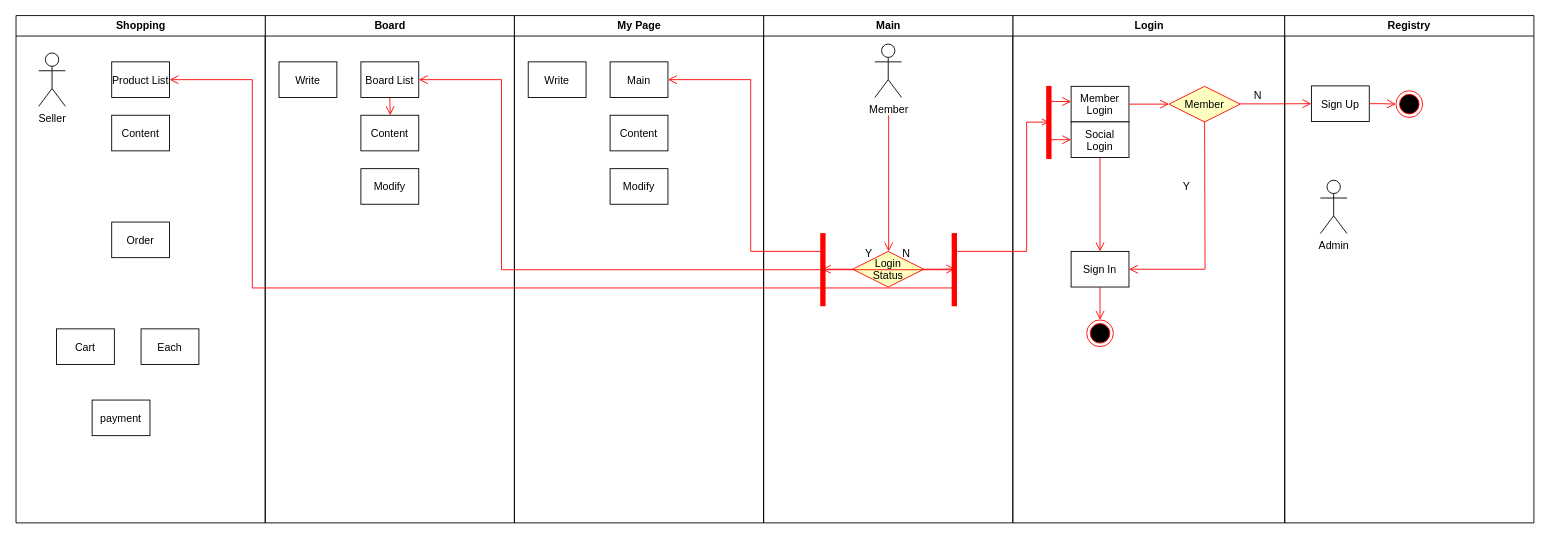
The draw.io diagram DBWebDev/UML.drawio in roqhdehd502/WebDev, before the edit. Source tidied: cells renumbered, new cells numbered last; positions are measured from the earlier drawing's top-left corner, leaving out a move shared by most shapes. Both pictures are drawn from the tidied source at 89%, with x=0, y=0 at pixel (15, 15).
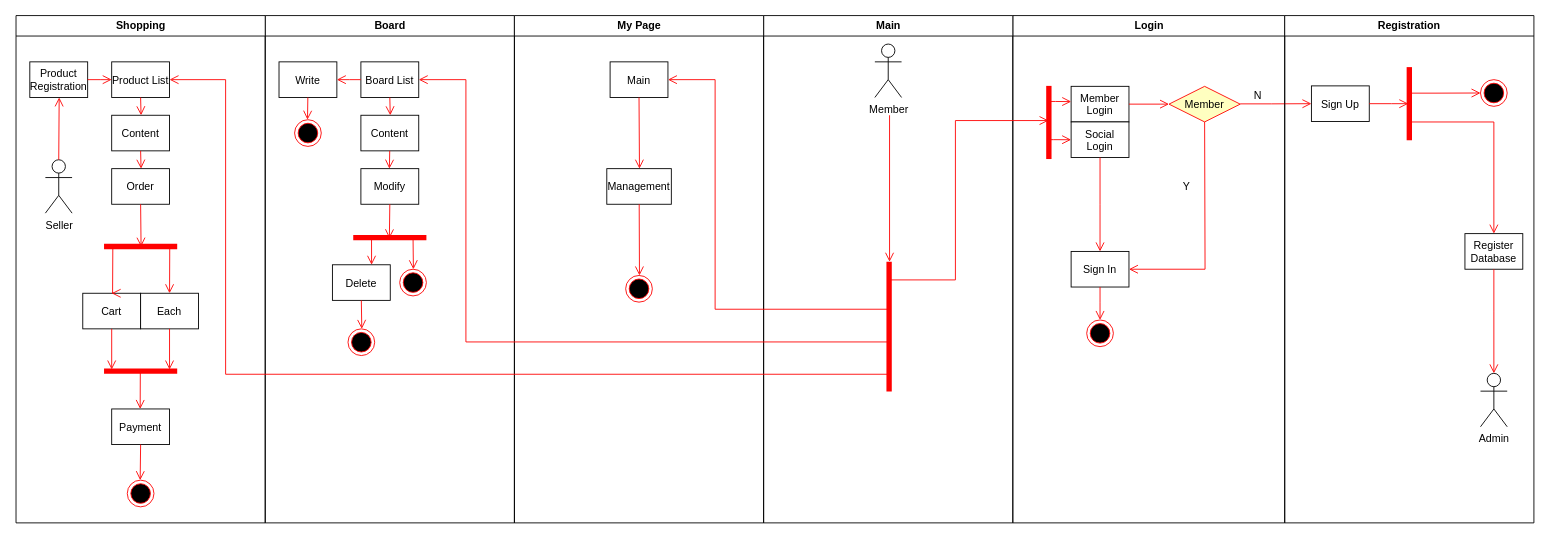
Above is the later version.

Unchanged cells that the change refers to:
```xml
<mxCell id="4" style="shape=line;strokeWidth=6;strokeColor=#ff0000;rotation=90;" parent="2" vertex="1">
  <mxGeometry x="-0.6" y="112.6" width="82.2" height="15" as="geometry" />
</mxCell>
<mxCell id="19" value="Sign Up" parent="18" vertex="1">
  <mxGeometry x="30" y="79" width="65" height="40" as="geometry" />
</mxCell>
<mxCell id="23" value="Main" style="swimlane;whiteSpace=wrap;" parent="1" vertex="1">
  <mxGeometry x="840.5" width="280" height="570" as="geometry" />
</mxCell>
<mxCell id="33" value="Board" style="swimlane;whiteSpace=wrap;startSize=23;" parent="1" vertex="1">
  <mxGeometry x="280.5" width="280" height="570" as="geometry" />
</mxCell>
<mxCell id="34" value="Board List" parent="33" vertex="1">
  <mxGeometry x="107.5" y="52" width="65" height="40" as="geometry" />
</mxCell>
<mxCell id="36" value="Write" parent="33" vertex="1">
  <mxGeometry x="15.5" y="52" width="65" height="40" as="geometry" />
</mxCell>
<mxCell id="37" value="Modify" parent="33" vertex="1">
  <mxGeometry x="107.5" y="172" width="65" height="40" as="geometry" />
</mxCell>
<mxCell id="39" value="Shopping" style="swimlane;whiteSpace=wrap;startSize=23;" parent="1" vertex="1">
  <mxGeometry x="0.5" width="280" height="570" as="geometry" />
</mxCell>
<mxCell id="40" value="Product List" parent="39" vertex="1">
  <mxGeometry x="107.5" y="52" width="65" height="40" as="geometry" />
</mxCell>
<mxCell id="41" value="Content" parent="39" vertex="1">
  <mxGeometry x="107.5" y="112" width="65" height="40" as="geometry" />
</mxCell>
<mxCell id="48" value="My Page" style="swimlane;whiteSpace=wrap;startSize=23;" parent="1" vertex="1">
  <mxGeometry x="560.5" width="280" height="570" as="geometry" />
</mxCell>
<mxCell id="49" value="Main" parent="48" vertex="1">
  <mxGeometry x="107.5" y="52" width="65" height="40" as="geometry" />
</mxCell>
```

The edit, as a diff of the source:
```diff
@@
-    <mxCell id="18" value="Registry" style="swimlane;whiteSpace=wrap;" parent="1" vertex="1">
+    <mxCell id="18" value="Registration" style="swimlane;whiteSpace=wrap;" parent="1" vertex="1">
       <mxGeometry x="1426" width="280" height="570" as="geometry" />
     </mxCell>
@@
     <mxCell id="20" style="ellipse;shape=endState;fillColor=#000000;strokeColor=#ff0000;" parent="18" vertex="1">
-      <mxGeometry x="125" y="84.5" width="30" height="30" as="geometry" />
+      <mxGeometry x="220" y="72" width="30" height="30" as="geometry" />
     </mxCell>
-    <mxCell id="21" style="edgeStyle=elbowEdgeStyle;elbow=horizontal;verticalAlign=bottom;endArrow=open;endSize=8;strokeColor=#FF0000;endFill=1;rounded=0;entryX=0;entryY=0.5;entryDx=0;entryDy=0;exitX=1;exitY=0.5;exitDx=0;exitDy=0;" parent="18" edge="1" source="19" target="20">
+    <mxCell id="21" style="edgeStyle=elbowEdgeStyle;elbow=horizontal;verticalAlign=bottom;endArrow=open;endSize=8;strokeColor=#FF0000;endFill=1;rounded=0;entryX=0;entryY=0.5;entryDx=0;entryDy=0;exitX=0.356;exitY=0.548;exitDx=0;exitDy=0;exitPerimeter=0;" parent="18" edge="1" source="57" target="20">
       <mxGeometry x="-583" y="-560.3" as="geometry">
         <Array as="points">
-          <mxPoint x="110" y="100" />
+          <mxPoint x="170" y="72" />
         </Array>
       </mxGeometry>
     </mxCell>
     <mxCell id="22" value="Admin" style="shape=umlActor;verticalLabelPosition=bottom;verticalAlign=top;html=1;outlineConnect=0;" parent="18" vertex="1">
-      <mxGeometry x="40" y="185" width="30" height="60" as="geometry" />
+      <mxGeometry x="220" y="402" width="30" height="60" as="geometry" />
     </mxCell>
+    <mxCell id="56" style="edgeStyle=elbowEdgeStyle;elbow=horizontal;verticalAlign=bottom;endArrow=open;endSize=8;strokeColor=#FF0000;endFill=1;rounded=0;entryX=0.5;entryY=0;entryDx=0;entryDy=0;exitX=0.75;exitY=0.5;exitDx=0;exitDy=0;exitPerimeter=0;" parent="18" edge="1" source="57" target="59">
+      <mxGeometry x="-698" y="-550" as="geometry">
+        <Array as="points">
+          <mxPoint x="235" y="142" />
+        </Array>
+      </mxGeometry>
+    </mxCell>
+    <mxCell id="57" style="shape=line;strokeWidth=6;strokeColor=#ff0000;rotation=90;" parent="18" vertex="1">
+      <mxGeometry x="98.9" y="91.5" width="82.2" height="15" as="geometry" />
+    </mxCell>
+    <mxCell id="58" style="edgeStyle=elbowEdgeStyle;elbow=horizontal;verticalAlign=bottom;endArrow=open;endSize=8;strokeColor=#FF0000;endFill=1;rounded=0;entryX=0.5;entryY=0.576;entryDx=0;entryDy=0;entryPerimeter=0;exitX=1;exitY=0.5;exitDx=0;exitDy=0;" parent="18" edge="1" source="19" target="57">
+      <mxGeometry x="-583" y="-560.3" as="geometry">
+        <Array as="points">
+          <mxPoint x="120" y="100" />
+        </Array>
+      </mxGeometry>
+    </mxCell>
+    <mxCell id="59" value="Register&#10;Database" parent="18" vertex="1">
+      <mxGeometry x="202.5" y="245" width="65" height="40" as="geometry" />
+    </mxCell>
+    <mxCell id="60" style="edgeStyle=elbowEdgeStyle;elbow=horizontal;verticalAlign=bottom;endArrow=open;endSize=8;strokeColor=#FF0000;endFill=1;rounded=0;entryX=0.5;entryY=0;entryDx=0;entryDy=0;exitX=0.5;exitY=1;exitDx=0;exitDy=0;entryPerimeter=0;" parent="18" edge="1" source="59" target="22">
+      <mxGeometry x="-1158" y="-668" as="geometry">
+        <Array as="points">
+          <mxPoint x="235" y="332" />
+        </Array>
+      </mxGeometry>
+    </mxCell>
@@
-    <mxCell id="25" style="edgeStyle=elbowEdgeStyle;elbow=horizontal;verticalAlign=bottom;endArrow=open;endSize=8;strokeColor=#FF0000;endFill=1;rounded=0;entryX=0.5;entryY=0;entryDx=0;entryDy=0;" parent="23" edge="1" target="26">
-      <mxGeometry x="225.5" y="-78" as="geometry">
-        <mxPoint x="140.5" y="112" as="sourcePoint" />
-      </mxGeometry>
-    </mxCell>
-    <mxCell id="26" value="Login&#10;Status" style="rhombus;fillColor=#ffffc0;strokeColor=#ff0000;" parent="23" vertex="1">
-      <mxGeometry x="100" y="265" width="80" height="40" as="geometry" />
-    </mxCell>
-    <mxCell id="27" value="N" style="text;html=1;strokeColor=none;fillColor=none;align=center;verticalAlign=middle;whiteSpace=wrap;rounded=0;" parent="23" vertex="1">
-      <mxGeometry x="140" y="258" width="40" height="20" as="geometry" />
-    </mxCell>
-    <mxCell id="28" value="Y" style="text;html=1;strokeColor=none;fillColor=none;align=center;verticalAlign=middle;whiteSpace=wrap;rounded=0;" parent="23" vertex="1">
-      <mxGeometry x="98.9" y="258" width="40" height="20" as="geometry" />
-    </mxCell>
-    <mxCell id="29" style="shape=line;strokeWidth=6;strokeColor=#ff0000;rotation=-90;" parent="23" vertex="1">
-      <mxGeometry x="25.5" y="278" width="82.2" height="15" as="geometry" />
-    </mxCell>
-    <mxCell id="30" style="shape=line;strokeWidth=6;strokeColor=#ff0000;rotation=-90;" parent="23" vertex="1">
-      <mxGeometry x="173.2" y="278" width="82.2" height="15" as="geometry" />
-    </mxCell>
-    <mxCell id="31" style="edgeStyle=elbowEdgeStyle;elbow=horizontal;verticalAlign=bottom;endArrow=open;endSize=8;strokeColor=#FF0000;endFill=1;rounded=0;exitX=1;exitY=0.5;exitDx=0;exitDy=0;entryX=0.511;entryY=0.571;entryDx=0;entryDy=0;entryPerimeter=0;" parent="23" edge="1" source="26" target="30">
-      <mxGeometry x="351" y="-196" as="geometry" />
-    </mxCell>
-    <mxCell id="32" style="edgeStyle=elbowEdgeStyle;elbow=horizontal;verticalAlign=bottom;endArrow=open;endSize=8;strokeColor=#FF0000;endFill=1;rounded=0;exitX=0;exitY=0.5;exitDx=0;exitDy=0;entryX=0.506;entryY=0.425;entryDx=0;entryDy=0;entryPerimeter=0;" parent="23" edge="1" source="26" target="29">
-      <mxGeometry x="476.5" y="-314" as="geometry" />
-    </mxCell>
+    <mxCell id="61" style="shape=line;strokeWidth=6;strokeColor=#ff0000;rotation=90;" parent="23" vertex="1">
+      <mxGeometry x="68.1" y="342" width="145.8" height="15" as="geometry" />
+    </mxCell>
@@
+    <mxCell id="62" style="edgeStyle=elbowEdgeStyle;elbow=horizontal;verticalAlign=bottom;endArrow=open;endSize=8;strokeColor=#FF0000;endFill=1;rounded=0;entryX=0.5;entryY=0;entryDx=0;entryDy=0;exitX=0.5;exitY=1;exitDx=0;exitDy=0;" parent="33" edge="1" target="65">
+      <mxGeometry x="1494.4" y="-324" as="geometry">
+        <mxPoint x="47.9" y="92" as="sourcePoint" />
+      </mxGeometry>
+    </mxCell>
+    <mxCell id="63" style="edgeStyle=elbowEdgeStyle;elbow=horizontal;verticalAlign=bottom;endArrow=open;endSize=8;strokeColor=#FF0000;endFill=1;rounded=0;entryX=0.5;entryY=0;entryDx=0;entryDy=0;exitX=0.5;exitY=1;exitDx=0;exitDy=0;" parent="33" edge="1">
+      <mxGeometry x="2261.9" y="-392" as="geometry">
+        <mxPoint x="139.9" y="152" as="sourcePoint" />
+        <mxPoint x="139.9" y="172" as="targetPoint" />
+      </mxGeometry>
+    </mxCell>
+    <mxCell id="64" style="ellipse;shape=endState;fillColor=#000000;strokeColor=#ff0000;" parent="33" vertex="1">
+      <mxGeometry x="151.1" y="285" width="30" height="30" as="geometry" />
+    </mxCell>
+    <mxCell id="65" style="ellipse;shape=endState;fillColor=#000000;strokeColor=#ff0000;" parent="33" vertex="1">
+      <mxGeometry x="33" y="117" width="30" height="30" as="geometry" />
+    </mxCell>
+    <mxCell id="66" style="edgeStyle=elbowEdgeStyle;elbow=horizontal;verticalAlign=bottom;endArrow=open;endSize=8;strokeColor=#FF0000;endFill=1;rounded=0;entryX=1;entryY=0.5;entryDx=0;entryDy=0;exitX=0;exitY=0.5;exitDx=0;exitDy=0;" parent="33" edge="1" source="34" target="36">
+      <mxGeometry x="1596.5" y="-314" as="geometry" />
+    </mxCell>
+    <mxCell id="67" style="shape=line;strokeWidth=6;strokeColor=#ff0000;rotation=-180;" parent="33" vertex="1">
+      <mxGeometry x="98.9" y="242" width="82.2" height="15" as="geometry" />
+    </mxCell>
+    <mxCell id="68" style="edgeStyle=elbowEdgeStyle;elbow=horizontal;verticalAlign=bottom;endArrow=open;endSize=8;strokeColor=#FF0000;endFill=1;rounded=0;entryX=0.504;entryY=0.45;entryDx=0;entryDy=0;exitX=0.5;exitY=1;exitDx=0;exitDy=0;entryPerimeter=0;" parent="33" edge="1" source="37" target="67">
+      <mxGeometry x="2937.4" y="-450" as="geometry" />
+    </mxCell>
+    <mxCell id="69" value="Delete" parent="33" vertex="1">
+      <mxGeometry x="75.5" y="280" width="65" height="40" as="geometry" />
+    </mxCell>
+    <mxCell id="70" style="edgeStyle=elbowEdgeStyle;elbow=horizontal;verticalAlign=bottom;endArrow=open;endSize=8;strokeColor=#FF0000;endFill=1;rounded=0;exitX=0.75;exitY=0.5;exitDx=0;exitDy=0;exitPerimeter=0;" parent="33" edge="1" source="67" target="69">
+      <mxGeometry x="3588.7" y="-533" as="geometry" />
+    </mxCell>
+    <mxCell id="71" style="edgeStyle=elbowEdgeStyle;elbow=horizontal;verticalAlign=bottom;endArrow=open;endSize=8;strokeColor=#FF0000;endFill=1;rounded=0;exitX=0.75;exitY=0.5;exitDx=0;exitDy=0;exitPerimeter=0;entryX=0.5;entryY=0;entryDx=0;entryDy=0;" parent="33" edge="1" target="64">
+      <mxGeometry x="4310.8" y="-661" as="geometry">
+        <mxPoint x="166.1" y="249.5" as="sourcePoint" />
+      </mxGeometry>
+    </mxCell>
+    <mxCell id="72" style="ellipse;shape=endState;fillColor=#000000;strokeColor=#ff0000;" parent="33" vertex="1">
+      <mxGeometry x="93" y="352" width="30" height="30" as="geometry" />
+    </mxCell>
+    <mxCell id="73" style="edgeStyle=elbowEdgeStyle;elbow=horizontal;verticalAlign=bottom;endArrow=open;endSize=8;strokeColor=#FF0000;endFill=1;rounded=0;exitX=0.5;exitY=1;exitDx=0;exitDy=0;entryX=0.5;entryY=0;entryDx=0;entryDy=0;" parent="33" edge="1" source="69" target="72">
+      <mxGeometry x="4965.8" y="-692" as="geometry" />
+    </mxCell>
@@
     <mxCell id="42" value="Order" parent="39" vertex="1">
-      <mxGeometry x="107.5" y="232" width="65" height="40" as="geometry" />
+      <mxGeometry x="107.5" y="172" width="65" height="40" as="geometry" />
     </mxCell>
     <mxCell id="43" value="Cart" parent="39" vertex="1">
-      <mxGeometry x="45.5" y="352" width="65" height="40" as="geometry" />
+      <mxGeometry x="75" y="312" width="65" height="40" as="geometry" />
     </mxCell>
     <mxCell id="44" value="Each" parent="39" vertex="1">
-      <mxGeometry x="140.5" y="352" width="65" height="40" as="geometry" />
+      <mxGeometry x="140" y="312" width="65" height="40" as="geometry" />
     </mxCell>
-    <mxCell id="45" value="payment" parent="39" vertex="1">
-      <mxGeometry x="85.5" y="432" width="65" height="40" as="geometry" />
+    <mxCell id="45" value="Payment" parent="39" vertex="1">
+      <mxGeometry x="107.5" y="442" width="65" height="40" as="geometry" />
     </mxCell>
     <mxCell id="46" value="Seller" style="shape=umlActor;verticalLabelPosition=bottom;verticalAlign=top;html=1;outlineConnect=0;" parent="39" vertex="1">
-      <mxGeometry x="25.5" y="42" width="30" height="60" as="geometry" />
+      <mxGeometry x="33" y="162" width="30" height="60" as="geometry" />
     </mxCell>
-    <mxCell id="47" style="edgeStyle=elbowEdgeStyle;elbow=horizontal;strokeColor=#FF0000;endArrow=open;endFill=1;rounded=0;entryX=0.495;entryY=0.482;entryDx=0;entryDy=0;entryPerimeter=0;exitX=0.75;exitY=0.5;exitDx=0;exitDy=0;exitPerimeter=0;" parent="1" edge="1" source="30" target="4">
-      <mxGeometry relative="1" as="geometry">
-        <Array as="points">
-          <mxPoint x="1136" y="192" />
-        </Array>
-      </mxGeometry>
-    </mxCell>
+    <mxCell id="74" value="Product&#10;Registration" parent="39" vertex="1">
+      <mxGeometry x="15.5" y="52" width="65" height="40" as="geometry" />
+    </mxCell>
+    <mxCell id="75" style="edgeStyle=elbowEdgeStyle;elbow=horizontal;verticalAlign=bottom;endArrow=open;endSize=8;strokeColor=#FF0000;endFill=1;rounded=0;entryX=0.5;entryY=1;entryDx=0;entryDy=0;exitX=0.5;exitY=0;exitDx=0;exitDy=0;exitPerimeter=0;" parent="39" edge="1" source="46" target="74">
+      <mxGeometry x="1876.5" y="-314" as="geometry" />
+    </mxCell>
+    <mxCell id="76" style="edgeStyle=elbowEdgeStyle;elbow=horizontal;verticalAlign=bottom;endArrow=open;endSize=8;strokeColor=#FF0000;endFill=1;rounded=0;entryX=0;entryY=0.5;entryDx=0;entryDy=0;exitX=1;exitY=0.5;exitDx=0;exitDy=0;" parent="39" edge="1" source="74" target="40">
+      <mxGeometry x="2842" y="-432" as="geometry" />
+    </mxCell>
+    <mxCell id="77" style="edgeStyle=elbowEdgeStyle;elbow=horizontal;verticalAlign=bottom;endArrow=open;endSize=8;strokeColor=#FF0000;endFill=1;rounded=0;entryX=0.5;entryY=0;entryDx=0;entryDy=0;exitX=0.5;exitY=1;exitDx=0;exitDy=0;" parent="39" edge="1" source="40" target="41">
+      <mxGeometry x="1876.5" y="-314" as="geometry" />
+    </mxCell>
+    <mxCell id="78" style="edgeStyle=elbowEdgeStyle;elbow=horizontal;verticalAlign=bottom;endArrow=open;endSize=8;strokeColor=#FF0000;endFill=1;rounded=0;entryX=0.5;entryY=0;entryDx=0;entryDy=0;exitX=0.5;exitY=1;exitDx=0;exitDy=0;" parent="39" edge="1" source="41" target="42">
+      <mxGeometry x="2842" y="-432" as="geometry" />
+    </mxCell>
+    <mxCell id="79" style="shape=line;strokeWidth=6;strokeColor=#ff0000;rotation=-180;" parent="39" vertex="1">
+      <mxGeometry x="98.9" y="252" width="82.2" height="15" as="geometry" />
+    </mxCell>
+    <mxCell id="80" style="edgeStyle=elbowEdgeStyle;elbow=horizontal;verticalAlign=bottom;endArrow=open;endSize=8;strokeColor=#FF0000;endFill=1;rounded=0;entryX=0.497;entryY=0.491;entryDx=0;entryDy=0;exitX=0.5;exitY=1;exitDx=0;exitDy=0;entryPerimeter=0;" parent="39" edge="1" source="42" target="79">
+      <mxGeometry x="2842" y="-432" as="geometry" />
+    </mxCell>
+    <mxCell id="81" style="edgeStyle=elbowEdgeStyle;elbow=horizontal;verticalAlign=bottom;endArrow=open;endSize=8;strokeColor=#FF0000;endFill=1;rounded=0;entryX=0.5;entryY=0;entryDx=0;entryDy=0;exitX=0.88;exitY=0.442;exitDx=0;exitDy=0;exitPerimeter=0;" parent="39" edge="1" source="79" target="43">
+      <mxGeometry x="3807.5" y="-550" as="geometry" />
+    </mxCell>
+    <mxCell id="82" style="edgeStyle=elbowEdgeStyle;elbow=horizontal;verticalAlign=bottom;endArrow=open;endSize=8;strokeColor=#FF0000;endFill=1;rounded=0;entryX=0.5;entryY=0;entryDx=0;entryDy=0;exitX=0.102;exitY=0.392;exitDx=0;exitDy=0;exitPerimeter=0;" parent="39" edge="1" source="79" target="44">
+      <mxGeometry x="4841" y="-686.4" as="geometry" />
+    </mxCell>
+    <mxCell id="83" style="shape=line;strokeWidth=6;strokeColor=#ff0000;rotation=-180;" parent="39" vertex="1">
+      <mxGeometry x="98.9" y="392" width="82.2" height="15" as="geometry" />
+    </mxCell>
+    <mxCell id="84" style="edgeStyle=elbowEdgeStyle;elbow=horizontal;verticalAlign=bottom;endArrow=open;endSize=8;strokeColor=#FF0000;endFill=1;rounded=0;exitX=0.5;exitY=1;exitDx=0;exitDy=0;entryX=0.892;entryY=0.623;entryDx=0;entryDy=0;entryPerimeter=0;" parent="39" edge="1" source="43" target="83">
+      <mxGeometry x="4763" y="-576.4" as="geometry" />
+    </mxCell>
+    <mxCell id="85" style="edgeStyle=elbowEdgeStyle;elbow=horizontal;verticalAlign=bottom;endArrow=open;endSize=8;strokeColor=#FF0000;endFill=1;rounded=0;exitX=0.5;exitY=1;exitDx=0;exitDy=0;entryX=0.892;entryY=0.623;entryDx=0;entryDy=0;entryPerimeter=0;" parent="39" edge="1">
+      <mxGeometry x="5783.5" y="-704.4" as="geometry">
+        <mxPoint x="172.5" y="352" as="sourcePoint" />
+        <mxPoint x="172.8" y="397.7" as="targetPoint" />
+      </mxGeometry>
+    </mxCell>
+    <mxCell id="86" style="edgeStyle=elbowEdgeStyle;elbow=horizontal;verticalAlign=bottom;endArrow=open;endSize=8;strokeColor=#FF0000;endFill=1;rounded=0;exitX=0.504;exitY=0.501;exitDx=0;exitDy=0;exitPerimeter=0;" parent="39" edge="1" source="83">
+      <mxGeometry x="5763.9" y="-668.5" as="geometry">
+        <mxPoint x="139.5" y="442" as="targetPoint" />
+      </mxGeometry>
+    </mxCell>
+    <mxCell id="87" style="ellipse;shape=endState;fillColor=#000000;strokeColor=#ff0000;" parent="39" vertex="1">
+      <mxGeometry x="125" y="522" width="30" height="30" as="geometry" />
+    </mxCell>
+    <mxCell id="88" style="edgeStyle=elbowEdgeStyle;elbow=horizontal;verticalAlign=bottom;endArrow=open;endSize=8;strokeColor=#FF0000;endFill=1;rounded=0;exitX=0.5;exitY=1;exitDx=0;exitDy=0;" parent="39" edge="1" source="45">
+      <mxGeometry x="6719.4" y="-704" as="geometry">
+        <mxPoint x="139.5" y="522" as="targetPoint" />
+      </mxGeometry>
+    </mxCell>
@@
-    <mxCell id="50" value="Content" parent="48" vertex="1">
-      <mxGeometry x="107.5" y="112" width="65" height="40" as="geometry" />
+    <mxCell id="50" value="Management" parent="48" vertex="1">
+      <mxGeometry x="103.8" y="172" width="72.5" height="40" as="geometry" />
     </mxCell>
-    <mxCell id="51" value="Write" parent="48" vertex="1">
-      <mxGeometry x="15.5" y="52" width="65" height="40" as="geometry" />
-    </mxCell>
-    <mxCell id="52" value="Modify" parent="48" vertex="1">
-      <mxGeometry x="107.5" y="172" width="65" height="40" as="geometry" />
-    </mxCell>
-    <mxCell id="53" style="edgeStyle=elbowEdgeStyle;elbow=horizontal;verticalAlign=bottom;endArrow=open;endSize=8;strokeColor=#FF0000;endFill=1;rounded=0;entryX=1;entryY=0.5;entryDx=0;entryDy=0;exitX=0.75;exitY=0.5;exitDx=0;exitDy=0;exitPerimeter=0;" parent="1" edge="1" source="29" target="49">
-      <mxGeometry x="361" y="-186" as="geometry">
-        <Array as="points">
-          <mxPoint x="826" y="182" />
-        </Array>
-      </mxGeometry>
-    </mxCell>
-    <mxCell id="54" style="edgeStyle=elbowEdgeStyle;elbow=horizontal;verticalAlign=bottom;endArrow=open;endSize=8;strokeColor=#FF0000;endFill=1;rounded=0;entryX=1;entryY=0.5;entryDx=0;entryDy=0;exitX=0.499;exitY=0.531;exitDx=0;exitDy=0;exitPerimeter=0;" parent="1" edge="1" source="30" target="34">
-      <mxGeometry x="371" y="-176" as="geometry">
-        <Array as="points">
-          <mxPoint x="546" y="242" />
-          <mxPoint x="476" y="342" />
-          <mxPoint x="1026" y="342" />
-          <mxPoint x="1076" y="382" />
-          <mxPoint x="1096" y="382" />
-        </Array>
-      </mxGeometry>
-    </mxCell>
-    <mxCell id="55" style="edgeStyle=elbowEdgeStyle;elbow=horizontal;verticalAlign=bottom;endArrow=open;endSize=8;strokeColor=#FF0000;endFill=1;rounded=0;entryX=1;entryY=0.5;entryDx=0;entryDy=0;exitX=0.25;exitY=0.5;exitDx=0;exitDy=0;exitPerimeter=0;" parent="1" edge="1" source="30" target="40">
-      <mxGeometry x="381" y="-166" as="geometry">
-        <Array as="points">
-          <mxPoint x="266" y="252" />
-          <mxPoint x="256" y="342" />
-          <mxPoint x="1036" y="352" />
-          <mxPoint x="1086" y="392" />
-          <mxPoint x="1106" y="392" />
-        </Array>
-      </mxGeometry>
-    </mxCell>
+    <mxCell id="89" style="edgeStyle=elbowEdgeStyle;elbow=horizontal;verticalAlign=bottom;endArrow=open;endSize=8;strokeColor=#FF0000;endFill=1;rounded=0;exitX=0.5;exitY=1;exitDx=0;exitDy=0;entryX=0.5;entryY=0;entryDx=0;entryDy=0;" parent="48" edge="1" source="49" target="50">
+      <mxGeometry x="1586.3" y="-314" as="geometry" />
+    </mxCell>
+    <mxCell id="90" style="edgeStyle=elbowEdgeStyle;elbow=horizontal;verticalAlign=bottom;endArrow=open;endSize=8;strokeColor=#FF0000;endFill=1;rounded=0;exitX=0.5;exitY=1;exitDx=0;exitDy=0;entryX=0.5;entryY=0;entryDx=0;entryDy=0;" parent="48" edge="1" target="91">
+      <mxGeometry x="1982" y="-322" as="geometry">
+        <mxPoint x="140.2" y="212" as="sourcePoint" />
+      </mxGeometry>
+    </mxCell>
+    <mxCell id="91" style="ellipse;shape=endState;fillColor=#000000;strokeColor=#ff0000;" parent="48" vertex="1">
+      <mxGeometry x="125" y="292" width="30" height="30" as="geometry" />
+    </mxCell>
+    <mxCell id="92" style="edgeStyle=elbowEdgeStyle;elbow=horizontal;verticalAlign=bottom;endArrow=open;endSize=8;strokeColor=#FF0000;endFill=1;rounded=0;entryX=0;entryY=0.5;entryDx=0;entryDy=0;entryPerimeter=0;" parent="1" edge="1" target="61">
+      <mxGeometry x="-73.5" y="-304" as="geometry">
+        <mxPoint x="982" y="112" as="sourcePoint" />
+        <Array as="points">
+          <mxPoint x="982" y="162" />
+        </Array>
+      </mxGeometry>
+    </mxCell>
+    <mxCell id="93" style="edgeStyle=elbowEdgeStyle;elbow=horizontal;verticalAlign=bottom;endArrow=open;endSize=8;strokeColor=#FF0000;endFill=1;rounded=0;entryX=0.474;entryY=0.525;entryDx=0;entryDy=0;entryPerimeter=0;exitX=0.14;exitY=0.541;exitDx=0;exitDy=0;exitPerimeter=0;" parent="1" edge="1" source="61" target="4">
+      <mxGeometry x="-19.5" y="-204" as="geometry">
+        <Array as="points">
+          <mxPoint x="1056" y="172" />
+        </Array>
+      </mxGeometry>
+    </mxCell>
+    <mxCell id="94" style="edgeStyle=elbowEdgeStyle;elbow=horizontal;verticalAlign=bottom;endArrow=open;endSize=8;strokeColor=#FF0000;endFill=1;rounded=0;entryX=1;entryY=0.5;entryDx=0;entryDy=0;exitX=0.366;exitY=0.437;exitDx=0;exitDy=0;exitPerimeter=0;" parent="1" edge="1" source="61" target="49">
+      <mxGeometry x="-109.5" y="-219" as="geometry">
+        <Array as="points">
+          <mxPoint x="786" y="162" />
+          <mxPoint x="886" y="232" />
+          <mxPoint x="786" y="142" />
+        </Array>
+      </mxGeometry>
+    </mxCell>
+    <mxCell id="95" style="edgeStyle=elbowEdgeStyle;elbow=horizontal;verticalAlign=bottom;endArrow=open;endSize=8;strokeColor=#FF0000;endFill=1;rounded=0;entryX=1;entryY=0.5;entryDx=0;entryDy=0;exitX=0.618;exitY=0.469;exitDx=0;exitDy=0;exitPerimeter=0;" parent="1" edge="1" source="61" target="34">
+      <mxGeometry x="-99.5" y="-209" as="geometry">
+        <Array as="points">
+          <mxPoint x="506" y="172" />
+          <mxPoint x="896" y="242" />
+          <mxPoint x="796" y="152" />
+        </Array>
+      </mxGeometry>
+    </mxCell>
+    <mxCell id="96" style="edgeStyle=elbowEdgeStyle;elbow=horizontal;verticalAlign=bottom;endArrow=open;endSize=8;strokeColor=#FF0000;endFill=1;rounded=0;entryX=1;entryY=0.5;entryDx=0;entryDy=0;exitX=0.867;exitY=0.568;exitDx=0;exitDy=0;exitPerimeter=0;" parent="1" edge="1" source="61" target="40">
+      <mxGeometry x="-89.5" y="-199" as="geometry">
+        <Array as="points">
+          <mxPoint x="236" y="182" />
+          <mxPoint x="906" y="252" />
+          <mxPoint x="806" y="162" />
+        </Array>
+      </mxGeometry>
+    </mxCell>
```
